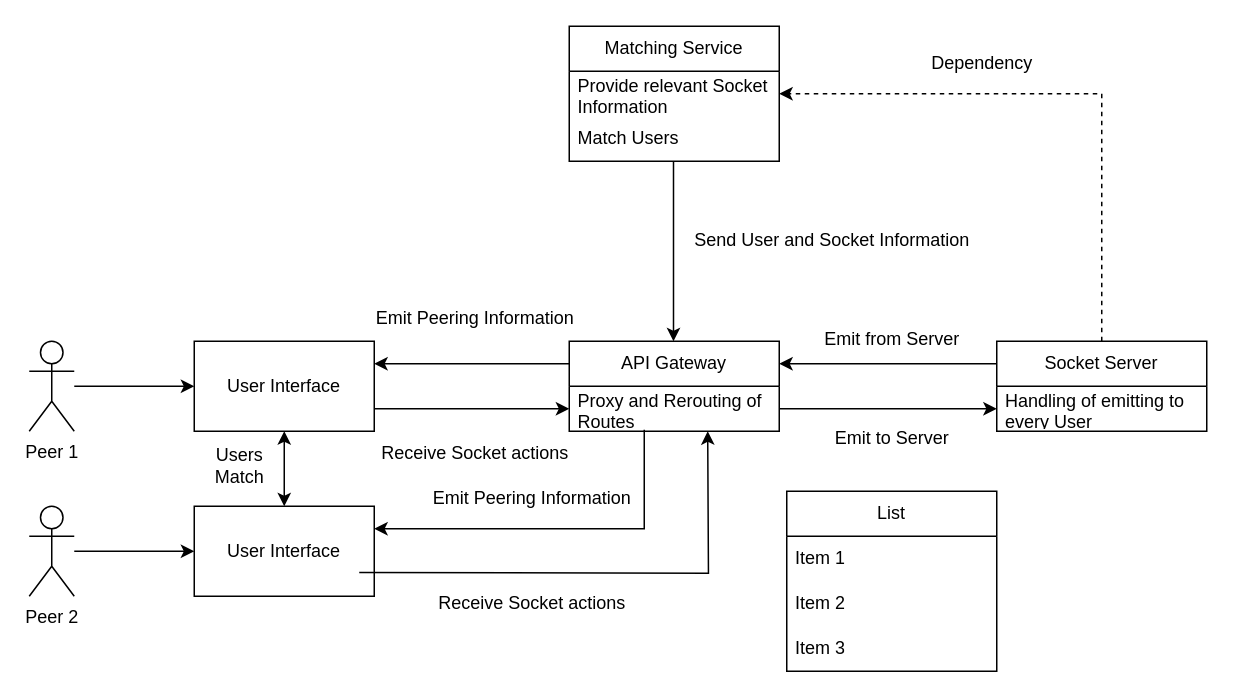
Earlier version of the draw.io diagram CollaborationServiceChart.drawio (shaniceng/DrawIODiagrams). Source tidied: cells renumbered, new cells numbered last; positions are measured from the earlier drawing's top-left corner, leaving out a move shared by most shapes. Both pictures are drawn from the tidied source at 150%, with x=0, y=0 at pixel (28, 26).
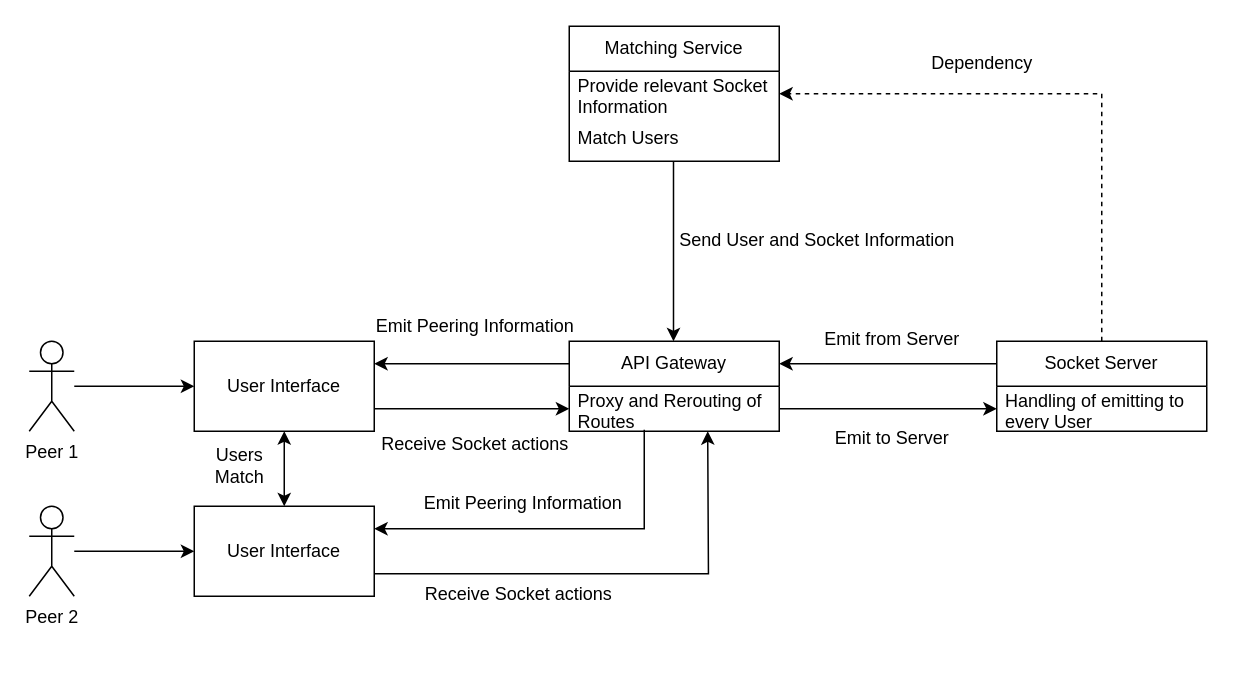
After the change.

Unchanged cells that the change refers to:
```xml
<mxCell id="16" value="User Interface" style="rounded=0;whiteSpace=wrap;html=1;" parent="1" vertex="1">
  <mxGeometry x="110" y="320" width="120" height="60" as="geometry" />
</mxCell>
```

Change to the diagram source:
```diff
@@
     <mxCell id="9" value="Emit Peering Information" style="text;html=1;align=center;verticalAlign=middle;strokeColor=none;fillColor=none;" parent="1" vertex="1">
-      <mxGeometry x="217" y="180" width="160" height="30" as="geometry" />
+      <mxGeometry x="217" y="185" width="160" height="30" as="geometry" />
     </mxCell>
     <mxCell id="10" value="Receive Socket actions" style="text;html=1;align=center;verticalAlign=middle;strokeColor=none;fillColor=none;" parent="1" vertex="1">
-      <mxGeometry x="222" y="270" width="150" height="30" as="geometry" />
+      <mxGeometry x="222" y="264" width="150" height="30" as="geometry" />
     </mxCell>
@@
     <mxCell id="17" value="Emit Peering Information" style="text;html=1;align=center;verticalAlign=middle;strokeColor=none;fillColor=none;" parent="1" vertex="1">
-      <mxGeometry x="255" y="300" width="160" height="30" as="geometry" />
+      <mxGeometry x="249" y="303" width="160" height="30" as="geometry" />
     </mxCell>
@@
-    <mxCell id="19" style="edgeStyle=orthogonalEdgeStyle;rounded=0;orthogonalLoop=1;jettySize=auto;html=1;exitX=1;exitY=0.75;exitDx=0;exitDy=0;entryX=0.731;entryY=1.027;entryDx=0;entryDy=0;entryPerimeter=0;" parent="1" edge="1">
+    <mxCell id="19" style="edgeStyle=orthogonalEdgeStyle;rounded=0;jettySize=auto;html=1;exitX=1;exitY=0.75;exitDx=0;exitDy=0;entryX=0.731;entryY=1.027;entryDx=0;entryDy=0;entryPerimeter=0;" parent="1" edge="1" source="16">
       <mxGeometry relative="1" as="geometry">
-        <mxPoint x="220" y="364.2" as="sourcePoint" />
         <mxPoint x="452.3" y="270" as="targetPoint" />
       </mxGeometry>
     </mxCell>
     <mxCell id="20" value="Receive Socket actions" style="text;html=1;align=center;verticalAlign=middle;strokeColor=none;fillColor=none;" parent="1" vertex="1">
-      <mxGeometry x="260" y="370" width="150" height="30" as="geometry" />
+      <mxGeometry x="251" y="364" width="150" height="30" as="geometry" />
     </mxCell>
@@
     <mxCell id="32" value="Send User and Socket Information" style="text;html=1;align=center;verticalAlign=middle;strokeColor=none;fillColor=none;" parent="1" vertex="1">
-      <mxGeometry x="430" y="128" width="210" height="30" as="geometry" />
+      <mxGeometry x="420" y="128" width="210" height="30" as="geometry" />
     </mxCell>
-    <mxCell id="33" value="List" style="swimlane;fontStyle=0;horizontal=1;startSize=30;whiteSpace=wrap;html=1;" parent="1" vertex="1">
-      <mxGeometry x="505" y="310" width="140" height="120" as="geometry" />
-    </mxCell>
-    <mxCell id="34" value="Item 1" style="text;strokeColor=none;fillColor=none;align=left;verticalAlign=middle;spacingLeft=4;spacingRight=4;overflow=hidden;whiteSpace=wrap;html=1;" parent="33" vertex="1">
-      <mxGeometry y="30" width="140" height="30" as="geometry" />
-    </mxCell>
-    <mxCell id="35" value="Item 2" style="text;strokeColor=none;fillColor=none;align=left;verticalAlign=middle;spacingLeft=4;spacingRight=4;overflow=hidden;whiteSpace=wrap;html=1;" parent="33" vertex="1">
-      <mxGeometry y="60" width="140" height="30" as="geometry" />
-    </mxCell>
-    <mxCell id="36" value="Item 3" style="text;strokeColor=none;fillColor=none;align=left;verticalAlign=middle;spacingLeft=4;spacingRight=4;overflow=hidden;whiteSpace=wrap;html=1;" parent="33" vertex="1">
-      <mxGeometry y="90" width="140" height="30" as="geometry" />
-    </mxCell>
```
